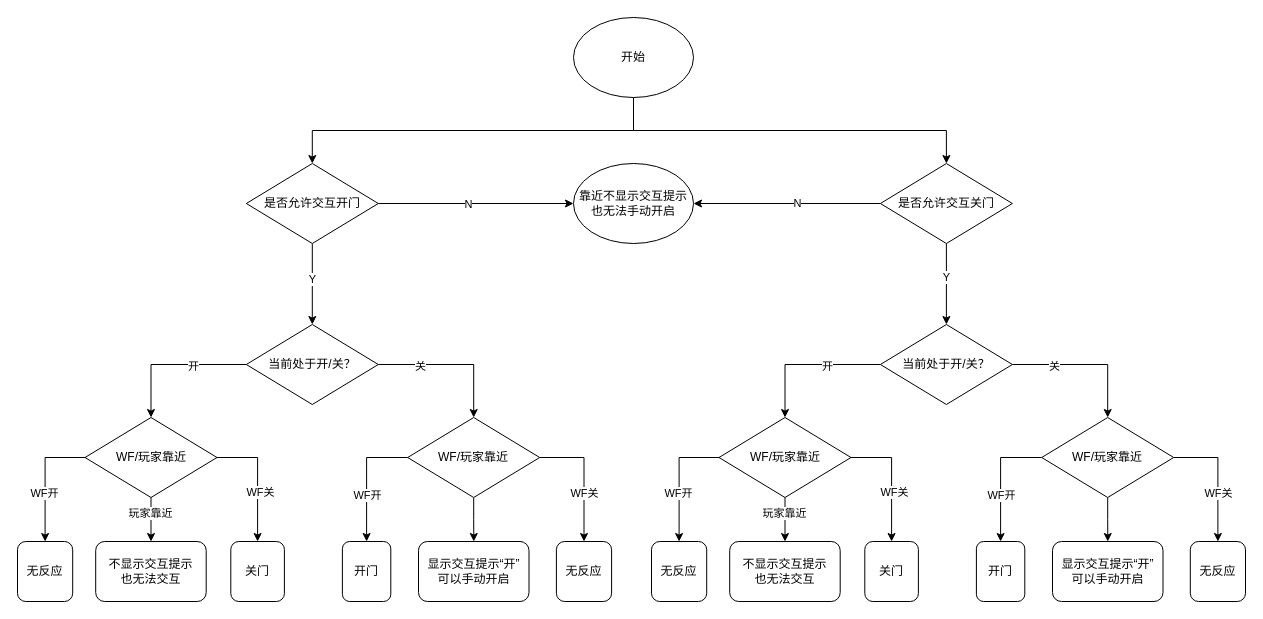
Above: 开关交互门.drawio in LittleTrain0321/15150400109Wy (draw.io), before the change. Source tidied: cells renumbered, new cells numbered last; positions are measured from the earlier drawing's top-left corner, leaving out a move shared by most shapes. Both pictures are drawn from the tidied source at 100%, with x=0, y=0 at pixel (17, 17).
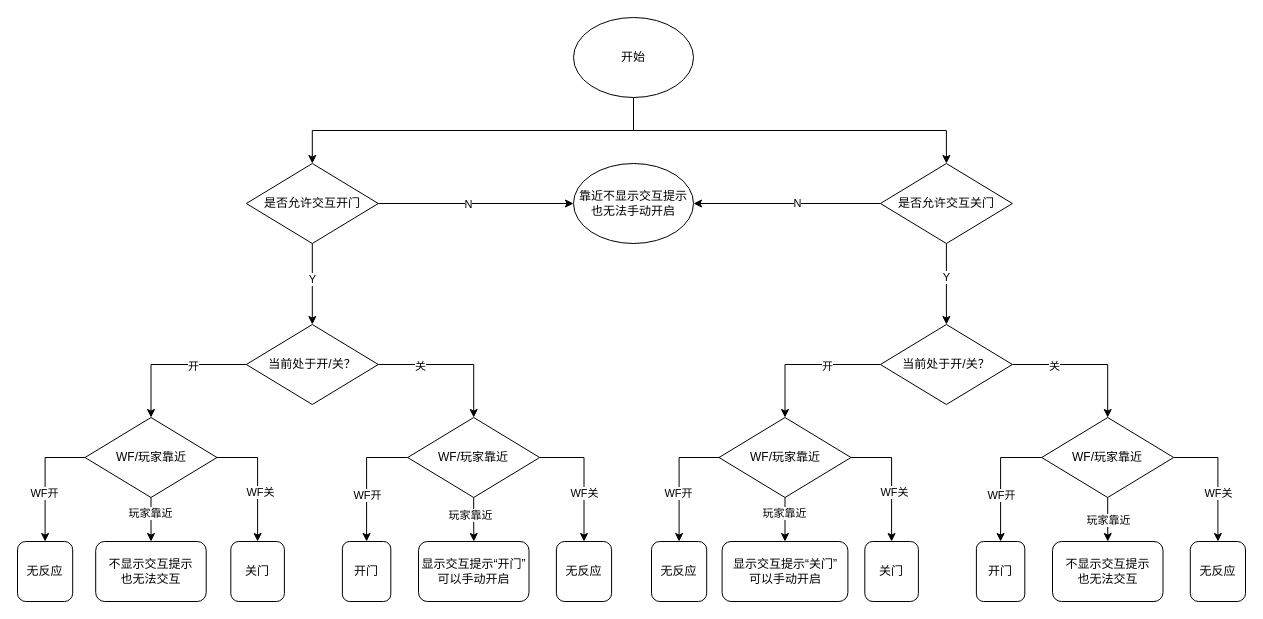
The same page after the edit.

Commit message:
更新开关交互门.drawio

Unchanged cells that the change refers to:
```xml
<mxCell id="30" style="edgeStyle=orthogonalEdgeStyle;rounded=0;jettySize=auto;html=1;" parent="1" edge="1" source="33" target="36">
  <mxGeometry relative="1" as="geometry" />
</mxCell>
<mxCell id="54" style="edgeStyle=orthogonalEdgeStyle;rounded=0;jettySize=auto;html=1;" parent="1" edge="1" source="57" target="60">
  <mxGeometry relative="1" as="geometry" />
</mxCell>
```

The edit, as a diff of the source:
```diff
@@
+    <mxCell id="64" value="玩家靠近" style="edgeLabel;html=1;align=center;verticalAlign=middle;" parent="30" vertex="1">
+      <mxGeometry x="-0.23" y="-4" relative="1" as="geometry" />
+    </mxCell>
@@
-    <mxCell id="36" value="显示交互提示“开”&lt;br&gt;可以手动开启" style="rounded=1;whiteSpace=wrap;html=1;" parent="1" vertex="1">
+    <mxCell id="36" value="显示交互提示“开门”&lt;br&gt;可以手动开启" style="rounded=1;whiteSpace=wrap;html=1;" parent="1" vertex="1">
       <mxGeometry x="401" y="524" width="110.5" height="60" as="geometry" />
     </mxCell>
@@
-    <mxCell id="53" value="不显示交互提示&lt;br&gt;也无法交互" style="rounded=1;whiteSpace=wrap;html=1;" parent="1" vertex="1">
-      <mxGeometry x="712.2" y="524" width="110.5" height="60" as="geometry" />
+    <mxCell id="53" value="显示交互提示“关门”&lt;br style=&quot;border-color: var(--border-color);&quot;&gt;可以手动开启" style="rounded=1;whiteSpace=wrap;html=1;" parent="1" vertex="1">
+      <mxGeometry x="704.6" y="524" width="125.8" height="60" as="geometry" />
     </mxCell>
@@
+    <mxCell id="65" value="玩家靠近" style="edgeLabel;html=1;align=center;verticalAlign=middle;" parent="54" vertex="1">
+      <mxGeometry x="0.04" relative="1" as="geometry" />
+    </mxCell>
@@
-    <mxCell id="60" value="显示交互提示“开”&lt;br&gt;可以手动开启" style="rounded=1;whiteSpace=wrap;html=1;" parent="1" vertex="1">
+    <mxCell id="60" value="不显示交互提示&lt;br style=&quot;border-color: var(--border-color);&quot;&gt;也无法交互" style="rounded=1;whiteSpace=wrap;html=1;" parent="1" vertex="1">
       <mxGeometry x="1035" y="524" width="110.5" height="60" as="geometry" />
     </mxCell>
```
